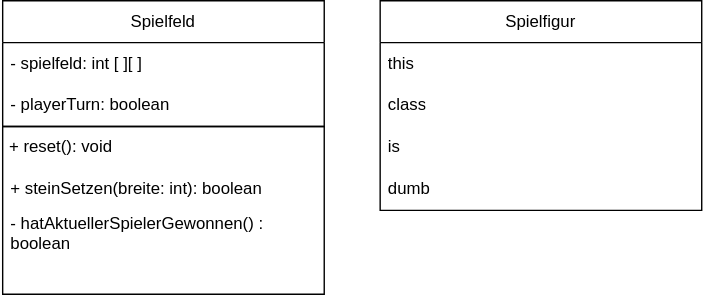
Above: VierGewinntUML.drawio.svg in LouiDev/VierGewinnt-Schule (draw.io), before the change. Source tidied: cells renumbered, new cells last; positions are measured from the earlier drawing's top-left corner, leaving out a move shared by most shapes.
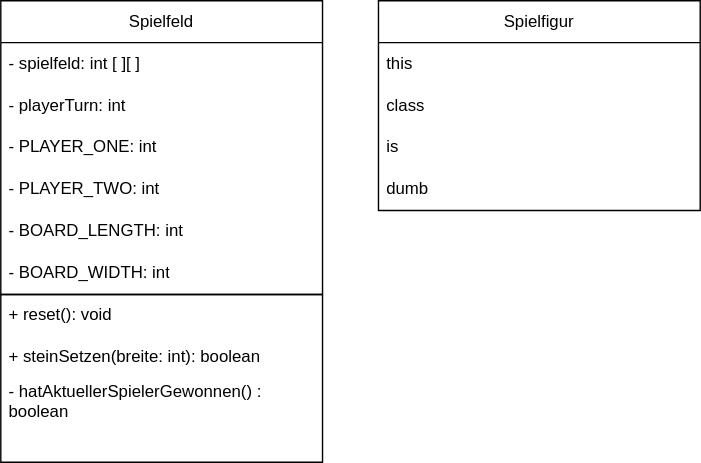
The same file after the commit.

The edit, as a diff of the source:
```diff
@@ -3,14 +3,26 @@
     <mxCell id="0" />
     <mxCell id="1" parent="0" />
     <mxCell id="2" value="Spielfeld" style="swimlane;fontStyle=0;horizontal=1;startSize=30;whiteSpace=wrap;html=1;" parent="1" vertex="1">
-      <mxGeometry x="1" width="230" height="90" as="geometry" />
+      <mxGeometry x="1" width="230" height="210" as="geometry" />
     </mxCell>
     <mxCell id="3" value="- spielfeld: int [ ][ ]" style="text;strokeColor=none;fillColor=none;align=left;verticalAlign=middle;spacingLeft=4;spacingRight=4;overflow=hidden;whiteSpace=wrap;html=1;" parent="2" vertex="1">
       <mxGeometry y="30" width="230" height="30" as="geometry" />
     </mxCell>
-    <mxCell id="4" value="- playerTurn: boolean" style="text;strokeColor=none;fillColor=none;align=left;verticalAlign=middle;spacingLeft=4;spacingRight=4;overflow=hidden;whiteSpace=wrap;html=1;" parent="2" vertex="1">
+    <mxCell id="4" value="- playerTurn: int" style="text;strokeColor=none;fillColor=none;align=left;verticalAlign=middle;spacingLeft=4;spacingRight=4;overflow=hidden;whiteSpace=wrap;html=1;" parent="2" vertex="1">
       <mxGeometry y="60" width="230" height="30" as="geometry" />
     </mxCell>
+    <mxCell id="14" value="- PLAYER_ONE: int" style="text;strokeColor=none;fillColor=none;align=left;verticalAlign=middle;spacingLeft=4;spacingRight=4;overflow=hidden;whiteSpace=wrap;html=1;" parent="2" vertex="1">
+      <mxGeometry y="90" width="230" height="30" as="geometry" />
+    </mxCell>
+    <mxCell id="15" value="- PLAYER_TWO: int" style="text;strokeColor=none;fillColor=none;align=left;verticalAlign=middle;spacingLeft=4;spacingRight=4;overflow=hidden;whiteSpace=wrap;html=1;" parent="2" vertex="1">
+      <mxGeometry y="120" width="230" height="30" as="geometry" />
+    </mxCell>
+    <mxCell id="16" value="- BOARD_LENGTH: int" style="text;strokeColor=none;fillColor=none;align=left;verticalAlign=middle;spacingLeft=4;spacingRight=4;overflow=hidden;whiteSpace=wrap;html=1;" parent="2" vertex="1">
+      <mxGeometry y="150" width="230" height="30" as="geometry" />
+    </mxCell>
+    <mxCell id="17" value="- BOARD_WIDTH: int" style="text;strokeColor=none;fillColor=none;align=left;verticalAlign=middle;spacingLeft=4;spacingRight=4;overflow=hidden;whiteSpace=wrap;html=1;" parent="2" vertex="1">
+      <mxGeometry y="180" width="230" height="30" as="geometry" />
+    </mxCell>
     <mxCell id="5" value="Spielfigur" style="swimlane;fontStyle=0;horizontal=1;startSize=30;whiteSpace=wrap;html=1;" parent="1" vertex="1">
       <mxGeometry x="271" width="230" height="150" as="geometry" />
     </mxCell>
@@ -27,7 +39,7 @@
       <mxGeometry y="120" width="230" height="30" as="geometry" />
     </mxCell>
     <mxCell id="10" style="swimlane;startSize=0;" parent="1" vertex="1">
-      <mxGeometry x="1" y="90" width="230" height="120" as="geometry" />
+      <mxGeometry x="1" y="210" width="230" height="120" as="geometry" />
     </mxCell>
     <mxCell id="11" value="+ steinSetzen(breite: int): boolean" style="text;strokeColor=none;fillColor=none;align=left;verticalAlign=middle;spacingLeft=4;spacingRight=4;overflow=hidden;whiteSpace=wrap;html=1;" parent="10" vertex="1">
       <mxGeometry y="30" width="230" height="30" as="geometry" />
@@ -35,8 +47,8 @@
     <mxCell id="12" value="- hatAktuellerSpielerGewonnen() : boolean" style="text;strokeColor=none;fillColor=none;align=left;verticalAlign=middle;spacingLeft=4;spacingRight=4;overflow=hidden;whiteSpace=wrap;html=1;" parent="10" vertex="1">
       <mxGeometry y="60" width="230" height="30" as="geometry" />
     </mxCell>
-    <mxCell id="13" value="+ reset(): void" style="text;strokeColor=none;fillColor=none;align=left;verticalAlign=middle;spacingLeft=4;spacingRight=4;overflow=hidden;whiteSpace=wrap;html=1;" parent="1" vertex="1">
-      <mxGeometry y="90" width="230" height="30" as="geometry" />
+    <mxCell id="13" value="+ reset(): void" style="text;strokeColor=none;fillColor=none;align=left;verticalAlign=middle;spacingLeft=4;spacingRight=4;overflow=hidden;whiteSpace=wrap;html=1;" parent="10" vertex="1">
+      <mxGeometry width="230" height="30" as="geometry" />
     </mxCell>
   </root>
 </mxGraphModel>
```
